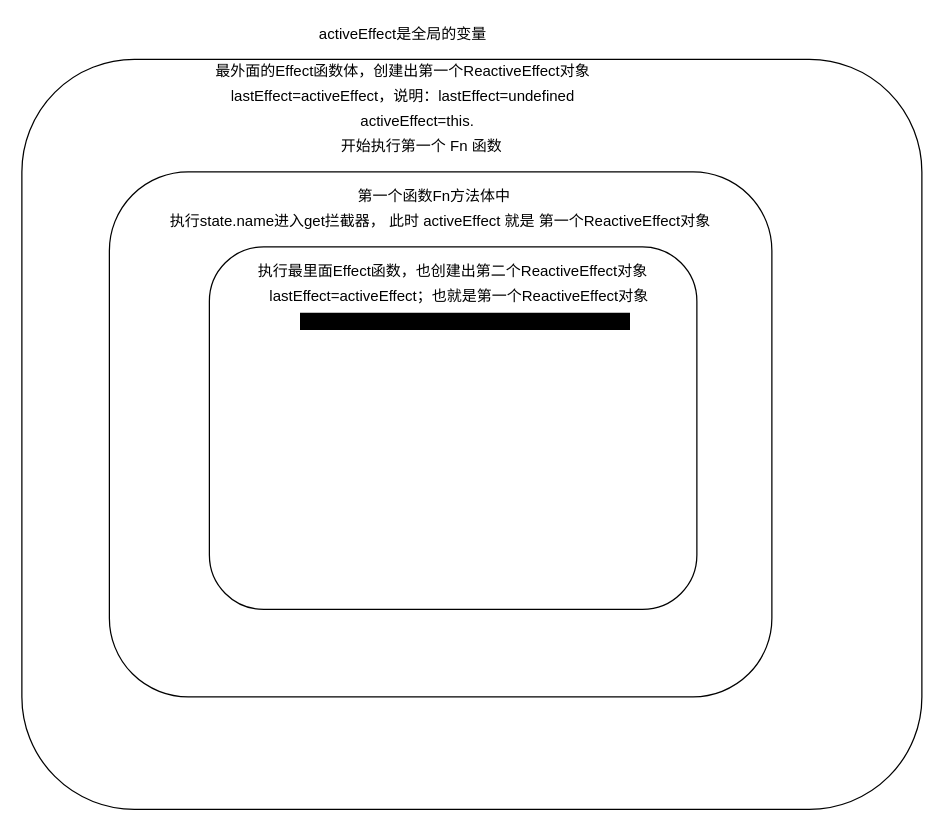
Earlier version of the draw.io diagram 未命名绘图.drawio (haopeng-liuyang/huitu). Source tidied: cells renumbered, new cells numbered last; positions are measured from the earlier drawing's top-left corner, leaving out a move shared by most shapes. Both pictures are drawn from the tidied source at 125%, with x=0, y=0 at pixel (21, 21).
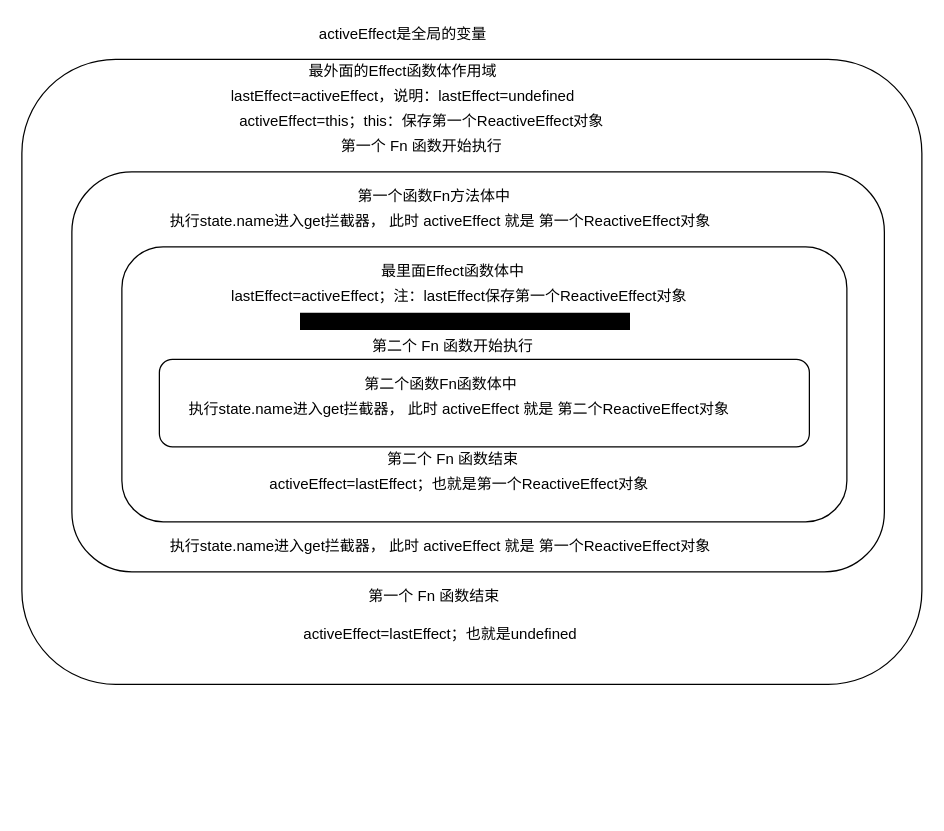
Above is the later version.

Commit message (it also covers changes not shown here):
更新未命名绘图.drawio

Diff of the diagram source:
```diff
@@
     <mxCell id="2" style="rounded=1;whiteSpace=wrap;html=1;" parent="1" vertex="1">
-      <mxGeometry y="30" width="720" height="600" as="geometry" />
+      <mxGeometry y="30" width="720" height="500" as="geometry" />
     </mxCell>
-    <mxCell id="3" style="rounded=1;whiteSpace=wrap;html=1;" parent="1" vertex="1">
-      <mxGeometry x="70" y="120" width="530" height="420" as="geometry" />
+    <mxCell id="3" style="rounded=1;whiteSpace=wrap;html=1;labelBorderColor=light-dark(#000000,#DB7093);textShadow=0;labelBackgroundColor=light-dark(#FFFFFF,#DB7093);" parent="1" vertex="1">
+      <mxGeometry x="40" y="120" width="650" height="320" as="geometry" />
     </mxCell>
@@
-    <mxCell id="5" value="activeEffect=this.&amp;nbsp;&amp;nbsp;" style="text;html=1;strokeColor=none;fillColor=none;align=center;verticalAlign=middle;whiteSpace=wrap;overflow=hidden;" parent="1" vertex="1">
+    <mxCell id="5" value="activeEffect=this；this：保存第一个ReactiveEffect对象" style="text;html=1;strokeColor=none;fillColor=none;align=center;verticalAlign=middle;whiteSpace=wrap;overflow=hidden;" parent="1" vertex="1">
       <mxGeometry x="70" y="70" width="500" height="20" as="geometry" />
     </mxCell>
@@
-    <mxCell id="7" value="最外面的Effect函数体，创建出第一个ReactiveEffect对象" style="text;html=1;strokeColor=none;fillColor=none;align=center;verticalAlign=middle;whiteSpace=wrap;overflow=hidden;" parent="1" vertex="1">
+    <mxCell id="7" value="最外面的Effect函数体作用域" style="text;html=1;strokeColor=none;fillColor=none;align=center;verticalAlign=middle;whiteSpace=wrap;overflow=hidden;" parent="1" vertex="1">
       <mxGeometry x="70" y="30" width="470" height="20" as="geometry" />
     </mxCell>
-    <mxCell id="8" value="开始执行第一个 Fn 函数" style="text;html=1;strokeColor=none;fillColor=none;align=center;verticalAlign=middle;whiteSpace=wrap;overflow=hidden;" parent="1" vertex="1">
+    <mxCell id="8" value="第一个 Fn 函数开始执行" style="text;html=1;strokeColor=none;fillColor=none;align=center;verticalAlign=middle;whiteSpace=wrap;overflow=hidden;" parent="1" vertex="1">
       <mxGeometry x="70" y="90" width="500" height="20" as="geometry" />
     </mxCell>
     <mxCell id="9" style="rounded=1;whiteSpace=wrap;html=1;" parent="1" vertex="1">
-      <mxGeometry x="150" y="180" width="390" height="290" as="geometry" />
+      <mxGeometry x="80" y="180" width="580" height="220" as="geometry" />
     </mxCell>
@@
-    <mxCell id="11" value="执行最里面Effect函数，也创建出第二个ReactiveEffect对象" style="text;html=1;strokeColor=none;fillColor=none;align=center;verticalAlign=middle;whiteSpace=wrap;overflow=hidden;" parent="1" vertex="1">
+    <mxCell id="11" value="最里面Effect函数体中" style="text;html=1;strokeColor=none;fillColor=none;align=center;verticalAlign=middle;whiteSpace=wrap;overflow=hidden;" parent="1" vertex="1">
       <mxGeometry x="110" y="190" width="470" height="20" as="geometry" />
     </mxCell>
-    <mxCell id="12" value="lastEffect=activeEffect；也就是第一个ReactiveEffect对象" style="text;html=1;strokeColor=none;fillColor=none;align=center;verticalAlign=middle;whiteSpace=wrap;overflow=hidden;" parent="1" vertex="1">
-      <mxGeometry x="190" y="210" width="320" height="20" as="geometry" />
+    <mxCell id="12" value="lastEffect=activeEffect；注：lastEffect保存第一个ReactiveEffect对象" style="text;html=1;strokeColor=none;fillColor=none;align=center;verticalAlign=middle;whiteSpace=wrap;overflow=hidden;" parent="1" vertex="1">
+      <mxGeometry x="110" y="210" width="480" height="20" as="geometry" />
     </mxCell>
@@
+    <mxCell id="15" value="第二个 Fn 函数开始执行" style="text;html=1;strokeColor=none;fillColor=none;align=center;verticalAlign=middle;whiteSpace=wrap;overflow=hidden;" parent="1" vertex="1">
+      <mxGeometry x="95" y="250" width="500" height="20" as="geometry" />
+    </mxCell>
+    <mxCell id="16" style="rounded=1;whiteSpace=wrap;html=1;" parent="1" vertex="1">
+      <mxGeometry x="110" y="270" width="520" height="70" as="geometry" />
+    </mxCell>
+    <mxCell id="17" value="第二个函数Fn函数体中" style="text;html=1;strokeColor=none;fillColor=none;align=center;verticalAlign=middle;whiteSpace=wrap;overflow=hidden;fontColor=light-dark(#000000,#DB7093);" parent="1" vertex="1">
+      <mxGeometry x="142.5" y="280" width="385" height="20" as="geometry" />
+    </mxCell>
+    <mxCell id="18" value="执行state.name进入get拦截器， 此时 activeEffect 就是 第二个ReactiveEffect对象" style="text;html=1;strokeColor=none;fillColor=none;align=center;verticalAlign=middle;whiteSpace=wrap;overflow=hidden;" parent="1" vertex="1">
+      <mxGeometry x="130" y="300" width="440" height="20" as="geometry" />
+    </mxCell>
+    <mxCell id="19" value="第二个 Fn 函数结束" style="text;html=1;strokeColor=none;fillColor=none;align=center;verticalAlign=middle;whiteSpace=wrap;overflow=hidden;" parent="1" vertex="1">
+      <mxGeometry x="95" y="340" width="500" height="20" as="geometry" />
+    </mxCell>
+    <mxCell id="20" value="activeEffect=lastEffect；也就是第一个ReactiveEffect对象" style="text;html=1;strokeColor=none;fillColor=none;align=center;verticalAlign=middle;whiteSpace=wrap;overflow=hidden;" parent="1" vertex="1">
+      <mxGeometry x="190" y="360" width="320" height="20" as="geometry" />
+    </mxCell>
+    <mxCell id="21" value="第一个 Fn 函数结束" style="text;html=1;strokeColor=none;fillColor=none;align=center;verticalAlign=middle;whiteSpace=wrap;overflow=hidden;" parent="1" vertex="1">
+      <mxGeometry x="80" y="450" width="500" height="20" as="geometry" />
+    </mxCell>
+    <mxCell id="22" value="activeEffect=lastEffect；也就是undefined" style="text;html=1;strokeColor=none;fillColor=none;align=center;verticalAlign=middle;whiteSpace=wrap;overflow=hidden;" parent="1" vertex="1">
+      <mxGeometry x="175" y="480" width="320" height="20" as="geometry" />
+    </mxCell>
+    <mxCell id="23" value="执行state.name进入get拦截器， 此时 activeEffect 就是 第一个ReactiveEffect对象" style="text;html=1;strokeColor=none;fillColor=none;align=center;verticalAlign=middle;whiteSpace=wrap;overflow=hidden;" parent="1" vertex="1">
+      <mxGeometry x="85" y="410" width="500" height="20" as="geometry" />
+    </mxCell>
```
